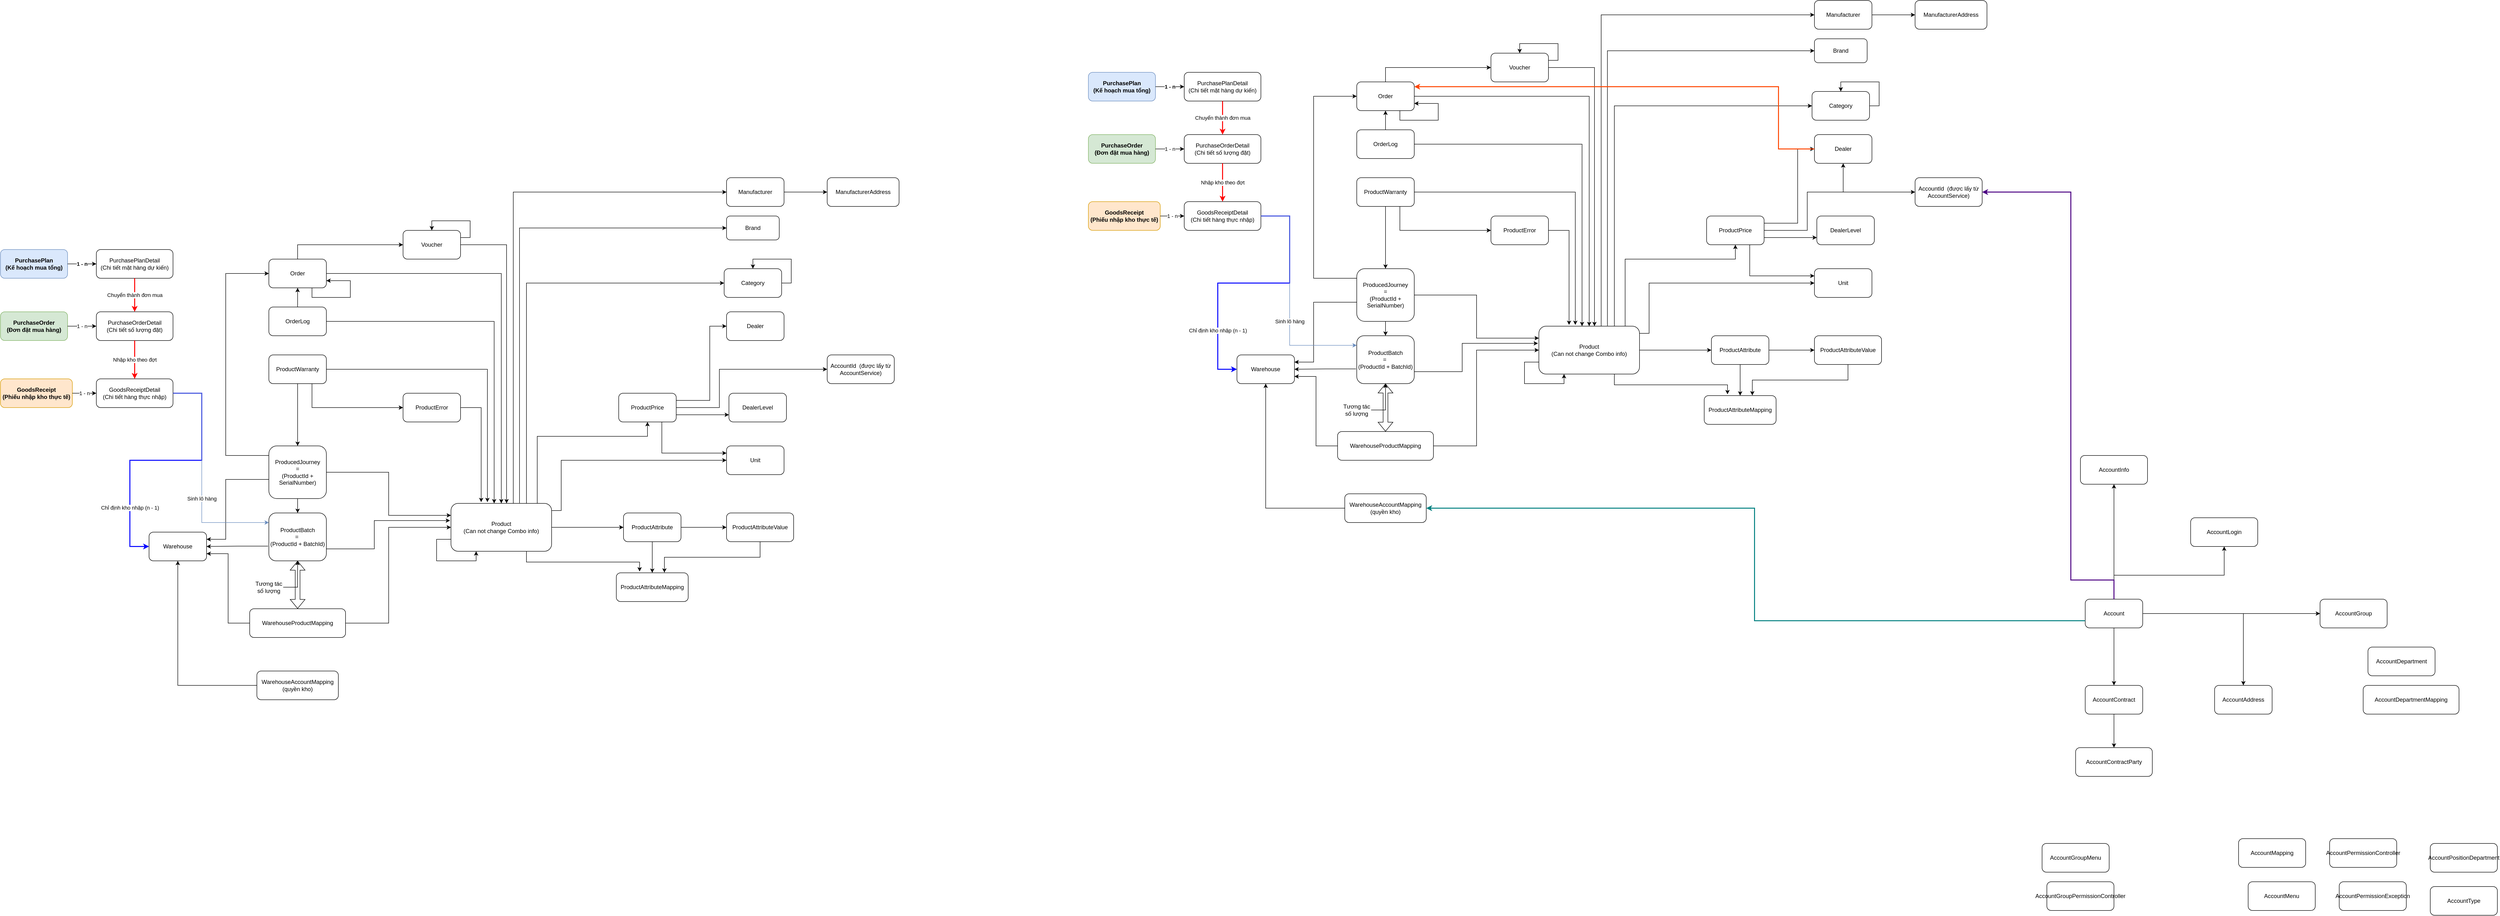
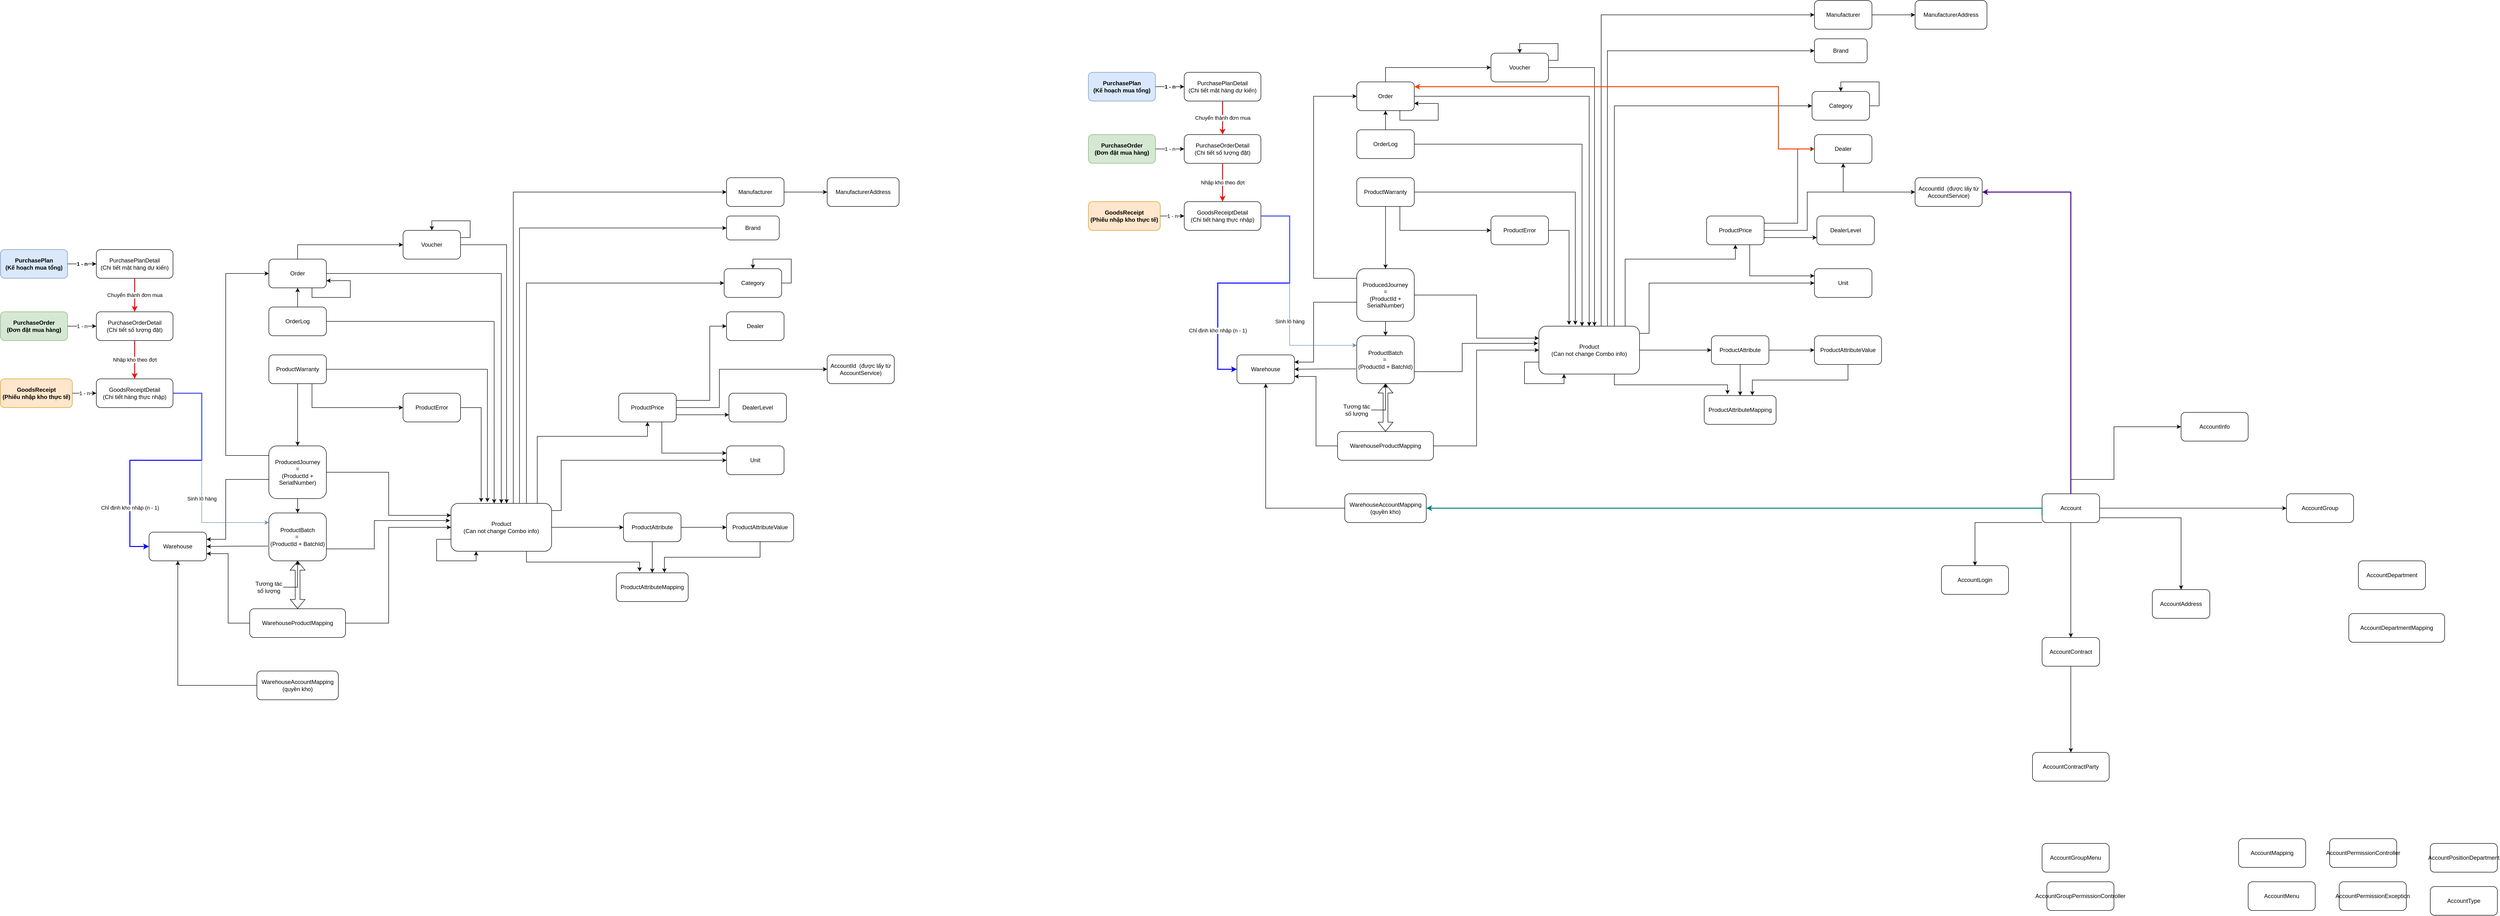
<mxfile host="app.diagrams.net">
  <diagram name="Page-1" id="X3Ej7SneoA_IpZ1JLyMx">
-     <mxGraphModel dx="3280" dy="113013" grid="1" gridSize="10" guides="1" tooltips="1" connect="1" arrows="1" fold="1" page="1" pageScale="1" pageWidth="18500" pageHeight="111000" math="0" shadow="0">
+     <mxGraphModel dx="1514" dy="111929" grid="1" gridSize="10" guides="1" tooltips="1" connect="1" arrows="1" fold="1" page="1" pageScale="1" pageWidth="18500" pageHeight="111000" math="0" shadow="0">
      <root>
        <mxCell id="0" />
        <mxCell id="1" parent="0" />
        <mxCell id="bRXCoPtnCOos5vHUt3nM-4" parent="1" style="rounded=1;whiteSpace=wrap;html=1;" value="Brand" vertex="1">
          <mxGeometry height="50" width="110" x="1625" y="160" as="geometry" />
        </mxCell>
        <mxCell id="bRXCoPtnCOos5vHUt3nM-5" parent="1" style="rounded=1;whiteSpace=wrap;html=1;" value="Category" vertex="1">
          <mxGeometry height="60" width="120" x="1620" y="270" as="geometry" />
        </mxCell>
        <mxCell id="bRXCoPtnCOos5vHUt3nM-6" parent="1" style="rounded=1;whiteSpace=wrap;html=1;" value="Dealer" vertex="1">
          <mxGeometry height="60" width="120" x="1625" y="360" as="geometry" />
        </mxCell>
        <mxCell id="bRXCoPtnCOos5vHUt3nM-7" parent="1" style="rounded=1;whiteSpace=wrap;html=1;" value="AccountId&amp;nbsp; (được lấy từ AccountService)" vertex="1">
          <mxGeometry height="60" width="140" x="1835" y="450" as="geometry" />
        </mxCell>
        <mxCell id="bRXCoPtnCOos5vHUt3nM-8" parent="1" style="rounded=1;whiteSpace=wrap;html=1;" value="DealerLevel" vertex="1">
          <mxGeometry height="60" width="120" x="1630" y="530" as="geometry" />
        </mxCell>
        <mxCell id="n3FyrpiHLGzsT291LhVI-31" edge="1" parent="1" source="bRXCoPtnCOos5vHUt3nM-11" style="edgeStyle=orthogonalEdgeStyle;rounded=0;orthogonalLoop=1;jettySize=auto;html=1;exitX=1;exitY=0.5;exitDx=0;exitDy=0;entryX=0;entryY=0.5;entryDx=0;entryDy=0;" target="bRXCoPtnCOos5vHUt3nM-12">
          <mxGeometry relative="1" as="geometry" />
        </mxCell>
        <mxCell id="bRXCoPtnCOos5vHUt3nM-11" parent="1" style="rounded=1;whiteSpace=wrap;html=1;" value="Manufacturer" vertex="1">
          <mxGeometry height="60" width="120" x="1625" y="80" as="geometry" />
        </mxCell>
        <mxCell id="bRXCoPtnCOos5vHUt3nM-12" parent="1" style="rounded=1;whiteSpace=wrap;html=1;" value="ManufacturerAddress" vertex="1">
          <mxGeometry height="60" width="150" x="1835" y="80" as="geometry" />
        </mxCell>
        <mxCell id="n3FyrpiHLGzsT291LhVI-44" edge="1" parent="1" source="bRXCoPtnCOos5vHUt3nM-13" style="edgeStyle=orthogonalEdgeStyle;rounded=0;orthogonalLoop=1;jettySize=auto;html=1;exitX=0.5;exitY=0;exitDx=0;exitDy=0;entryX=0;entryY=0.5;entryDx=0;entryDy=0;" target="n3FyrpiHLGzsT291LhVI-9">
          <mxGeometry relative="1" as="geometry">
            <Array as="points">
              <mxPoint x="730" y="220" />
            </Array>
          </mxGeometry>
        </mxCell>
        <mxCell id="n3FyrpiHLGzsT291LhVI-49" edge="1" parent="1" source="bRXCoPtnCOos5vHUt3nM-13" style="edgeStyle=orthogonalEdgeStyle;rounded=0;orthogonalLoop=1;jettySize=auto;html=1;exitX=1;exitY=0.5;exitDx=0;exitDy=0;entryX=0.5;entryY=0;entryDx=0;entryDy=0;" target="bRXCoPtnCOos5vHUt3nM-16">
          <mxGeometry relative="1" as="geometry">
            <Array as="points">
              <mxPoint x="1155" y="280" />
            </Array>
          </mxGeometry>
        </mxCell>
        <mxCell id="bRXCoPtnCOos5vHUt3nM-13" parent="1" style="rounded=1;whiteSpace=wrap;html=1;" value="Order" vertex="1">
          <mxGeometry height="60" width="120" x="670" y="250" as="geometry" />
        </mxCell>
        <mxCell id="n3FyrpiHLGzsT291LhVI-45" edge="1" parent="1" source="bRXCoPtnCOos5vHUt3nM-14" style="edgeStyle=orthogonalEdgeStyle;rounded=0;orthogonalLoop=1;jettySize=auto;html=1;exitX=0;exitY=0.5;exitDx=0;exitDy=0;" target="bRXCoPtnCOos5vHUt3nM-13">
          <mxGeometry relative="1" as="geometry" />
        </mxCell>
        <mxCell id="bRXCoPtnCOos5vHUt3nM-14" parent="1" style="rounded=1;whiteSpace=wrap;html=1;direction=south;" value="OrderLog" vertex="1">
          <mxGeometry height="60" width="120" x="670" y="350" as="geometry" />
        </mxCell>
        <mxCell id="n3FyrpiHLGzsT291LhVI-33" edge="1" parent="1" source="bRXCoPtnCOos5vHUt3nM-15" style="edgeStyle=orthogonalEdgeStyle;rounded=0;orthogonalLoop=1;jettySize=auto;html=1;exitX=1;exitY=0.5;exitDx=0;exitDy=0;entryX=0;entryY=0.25;entryDx=0;entryDy=0;" target="bRXCoPtnCOos5vHUt3nM-16">
          <mxGeometry relative="1" as="geometry" />
        </mxCell>
        <mxCell id="n3FyrpiHLGzsT291LhVI-35" edge="1" parent="1" source="bRXCoPtnCOos5vHUt3nM-15" style="edgeStyle=orthogonalEdgeStyle;rounded=0;orthogonalLoop=1;jettySize=auto;html=1;exitX=0.5;exitY=1;exitDx=0;exitDy=0;" target="bRXCoPtnCOos5vHUt3nM-20">
          <mxGeometry relative="1" as="geometry" />
        </mxCell>
        <mxCell id="n3FyrpiHLGzsT291LhVI-36" edge="1" parent="1" source="bRXCoPtnCOos5vHUt3nM-15" style="edgeStyle=orthogonalEdgeStyle;rounded=0;orthogonalLoop=1;jettySize=auto;html=1;exitX=0.006;exitY=0.659;exitDx=0;exitDy=0;entryX=1;entryY=0.25;entryDx=0;entryDy=0;exitPerimeter=0;" target="n3FyrpiHLGzsT291LhVI-10">
          <mxGeometry relative="1" as="geometry">
            <Array as="points">
              <mxPoint x="671" y="710" />
              <mxPoint x="580" y="710" />
              <mxPoint x="580" y="835" />
            </Array>
          </mxGeometry>
        </mxCell>
        <mxCell id="n3FyrpiHLGzsT291LhVI-51" edge="1" parent="1" source="bRXCoPtnCOos5vHUt3nM-15" style="edgeStyle=orthogonalEdgeStyle;rounded=0;orthogonalLoop=1;jettySize=auto;html=1;exitX=0;exitY=0.25;exitDx=0;exitDy=0;entryX=0;entryY=0.5;entryDx=0;entryDy=0;" target="bRXCoPtnCOos5vHUt3nM-13">
          <mxGeometry relative="1" as="geometry">
            <Array as="points">
              <mxPoint x="670" y="660" />
              <mxPoint x="580" y="660" />
              <mxPoint x="580" y="280" />
            </Array>
          </mxGeometry>
        </mxCell>
        <mxCell id="bRXCoPtnCOos5vHUt3nM-15" parent="1" style="rounded=1;whiteSpace=wrap;html=1;" value="ProducedJourney&lt;div&gt;&amp;nbsp;=&amp;nbsp;&lt;/div&gt;&lt;div&gt;(ProductId + SerialNumber)&lt;/div&gt;" vertex="1">
          <mxGeometry height="110" width="120" x="670" y="640" as="geometry" />
        </mxCell>
        <mxCell id="n3FyrpiHLGzsT291LhVI-14" edge="1" parent="1" source="bRXCoPtnCOos5vHUt3nM-16" style="edgeStyle=orthogonalEdgeStyle;rounded=0;orthogonalLoop=1;jettySize=auto;html=1;exitX=1;exitY=0.5;exitDx=0;exitDy=0;entryX=0;entryY=0.5;entryDx=0;entryDy=0;" target="bRXCoPtnCOos5vHUt3nM-17">
          <mxGeometry relative="1" as="geometry" />
        </mxCell>
        <mxCell id="n3FyrpiHLGzsT291LhVI-16" edge="1" parent="1" source="bRXCoPtnCOos5vHUt3nM-16" style="edgeStyle=orthogonalEdgeStyle;rounded=0;orthogonalLoop=1;jettySize=auto;html=1;exitX=0.75;exitY=1;exitDx=0;exitDy=0;entryX=0.324;entryY=-0.046;entryDx=0;entryDy=0;entryPerimeter=0;" target="bRXCoPtnCOos5vHUt3nM-18">
          <mxGeometry relative="1" as="geometry" />
        </mxCell>
        <mxCell id="n3FyrpiHLGzsT291LhVI-19" edge="1" parent="1" source="bRXCoPtnCOos5vHUt3nM-16" style="edgeStyle=orthogonalEdgeStyle;rounded=0;orthogonalLoop=1;jettySize=auto;html=1;exitX=0.75;exitY=0;exitDx=0;exitDy=0;entryX=0.5;entryY=1;entryDx=0;entryDy=0;" target="n3FyrpiHLGzsT291LhVI-1">
          <mxGeometry relative="1" as="geometry">
            <Array as="points">
              <mxPoint x="1230" y="620" />
              <mxPoint x="1460" y="620" />
            </Array>
          </mxGeometry>
        </mxCell>
        <mxCell id="n3FyrpiHLGzsT291LhVI-25" edge="1" parent="1" source="bRXCoPtnCOos5vHUt3nM-16" style="edgeStyle=orthogonalEdgeStyle;rounded=0;orthogonalLoop=1;jettySize=auto;html=1;exitX=0.75;exitY=0;exitDx=0;exitDy=0;entryX=0;entryY=0.5;entryDx=0;entryDy=0;" target="bRXCoPtnCOos5vHUt3nM-5">
          <mxGeometry relative="1" as="geometry" />
        </mxCell>
        <mxCell id="n3FyrpiHLGzsT291LhVI-27" edge="1" parent="1" source="bRXCoPtnCOos5vHUt3nM-16" style="edgeStyle=orthogonalEdgeStyle;rounded=0;orthogonalLoop=1;jettySize=auto;html=1;exitX=0.681;exitY=-0.007;exitDx=0;exitDy=0;entryX=0;entryY=0.5;entryDx=0;entryDy=0;exitPerimeter=0;" target="bRXCoPtnCOos5vHUt3nM-4">
          <mxGeometry relative="1" as="geometry" />
        </mxCell>
        <mxCell id="n3FyrpiHLGzsT291LhVI-28" edge="1" parent="1" source="bRXCoPtnCOos5vHUt3nM-16" style="edgeStyle=orthogonalEdgeStyle;rounded=0;orthogonalLoop=1;jettySize=auto;html=1;exitX=1;exitY=0.25;exitDx=0;exitDy=0;entryX=0;entryY=0.5;entryDx=0;entryDy=0;" target="n3FyrpiHLGzsT291LhVI-8">
          <mxGeometry relative="1" as="geometry">
            <Array as="points">
              <mxPoint x="1280" y="775" />
              <mxPoint x="1280" y="670" />
            </Array>
          </mxGeometry>
        </mxCell>
        <mxCell id="n3FyrpiHLGzsT291LhVI-47" edge="1" parent="1" source="bRXCoPtnCOos5vHUt3nM-16" style="edgeStyle=orthogonalEdgeStyle;rounded=0;orthogonalLoop=1;jettySize=auto;html=1;exitX=0.636;exitY=0.013;exitDx=0;exitDy=0;entryX=0;entryY=0.5;entryDx=0;entryDy=0;exitPerimeter=0;" target="bRXCoPtnCOos5vHUt3nM-11">
          <mxGeometry relative="1" as="geometry">
            <Array as="points">
              <mxPoint x="1180" y="761" />
              <mxPoint x="1180" y="110" />
            </Array>
          </mxGeometry>
        </mxCell>
        <mxCell id="bRXCoPtnCOos5vHUt3nM-16" parent="1" style="rounded=1;whiteSpace=wrap;html=1;" value="Product&lt;div&gt;(Can not change Combo info)&lt;/div&gt;" vertex="1">
          <mxGeometry height="100" width="210" x="1050" y="760" as="geometry" />
        </mxCell>
        <mxCell id="n3FyrpiHLGzsT291LhVI-15" edge="1" parent="1" source="bRXCoPtnCOos5vHUt3nM-17" style="edgeStyle=orthogonalEdgeStyle;rounded=0;orthogonalLoop=1;jettySize=auto;html=1;exitX=1;exitY=0.5;exitDx=0;exitDy=0;entryX=0;entryY=0.5;entryDx=0;entryDy=0;" target="bRXCoPtnCOos5vHUt3nM-19">
          <mxGeometry relative="1" as="geometry" />
        </mxCell>
        <mxCell id="n3FyrpiHLGzsT291LhVI-17" edge="1" parent="1" source="bRXCoPtnCOos5vHUt3nM-17" style="edgeStyle=orthogonalEdgeStyle;rounded=0;orthogonalLoop=1;jettySize=auto;html=1;exitX=0.5;exitY=1;exitDx=0;exitDy=0;entryX=0.5;entryY=0;entryDx=0;entryDy=0;" target="bRXCoPtnCOos5vHUt3nM-18">
          <mxGeometry relative="1" as="geometry" />
        </mxCell>
        <mxCell id="bRXCoPtnCOos5vHUt3nM-17" parent="1" style="rounded=1;whiteSpace=wrap;html=1;" value="ProductAttribute" vertex="1">
          <mxGeometry height="60" width="120" x="1410" y="780" as="geometry" />
        </mxCell>
        <mxCell id="bRXCoPtnCOos5vHUt3nM-18" parent="1" style="rounded=1;whiteSpace=wrap;html=1;" value="ProductAttributeMapping" vertex="1">
          <mxGeometry height="60" width="150" x="1395" y="905" as="geometry" />
        </mxCell>
        <mxCell id="bRXCoPtnCOos5vHUt3nM-19" parent="1" style="rounded=1;whiteSpace=wrap;html=1;" value="ProductAttributeValue" vertex="1">
          <mxGeometry height="60" width="140" x="1625" y="780" as="geometry" />
        </mxCell>
        <mxCell id="n3FyrpiHLGzsT291LhVI-37" edge="1" parent="1" source="bRXCoPtnCOos5vHUt3nM-20" style="edgeStyle=orthogonalEdgeStyle;rounded=0;orthogonalLoop=1;jettySize=auto;html=1;exitX=-0.014;exitY=0.692;exitDx=0;exitDy=0;entryX=1;entryY=0.5;entryDx=0;entryDy=0;exitPerimeter=0;" target="n3FyrpiHLGzsT291LhVI-10">
          <mxGeometry relative="1" as="geometry" />
        </mxCell>
        <mxCell id="bRXCoPtnCOos5vHUt3nM-20" parent="1" style="rounded=1;whiteSpace=wrap;html=1;" value="ProductBatch&lt;div&gt;=&amp;nbsp;&lt;/div&gt;&lt;div&gt;(ProductId + BatchId)&lt;/div&gt;" vertex="1">
          <mxGeometry height="100" width="120" x="670" y="780" as="geometry" />
        </mxCell>
        <mxCell id="bRXCoPtnCOos5vHUt3nM-21" parent="1" style="rounded=1;whiteSpace=wrap;html=1;" value="ProductError" vertex="1">
          <mxGeometry height="60" width="120" x="950" y="530" as="geometry" />
        </mxCell>
        <mxCell id="n3FyrpiHLGzsT291LhVI-21" edge="1" parent="1" source="n3FyrpiHLGzsT291LhVI-1" style="edgeStyle=orthogonalEdgeStyle;rounded=0;orthogonalLoop=1;jettySize=auto;html=1;exitX=1;exitY=0.75;exitDx=0;exitDy=0;entryX=0;entryY=0.75;entryDx=0;entryDy=0;" target="bRXCoPtnCOos5vHUt3nM-8">
          <mxGeometry relative="1" as="geometry" />
        </mxCell>
        <mxCell id="n3FyrpiHLGzsT291LhVI-22" edge="1" parent="1" source="n3FyrpiHLGzsT291LhVI-1" style="edgeStyle=orthogonalEdgeStyle;rounded=0;orthogonalLoop=1;jettySize=auto;html=1;exitX=1;exitY=0.5;exitDx=0;exitDy=0;entryX=0;entryY=0.5;entryDx=0;entryDy=0;" target="bRXCoPtnCOos5vHUt3nM-7">
          <mxGeometry relative="1" as="geometry">
            <Array as="points">
              <mxPoint x="1610" y="560" />
              <mxPoint x="1610" y="480" />
            </Array>
          </mxGeometry>
        </mxCell>
        <mxCell id="n3FyrpiHLGzsT291LhVI-23" edge="1" parent="1" source="n3FyrpiHLGzsT291LhVI-1" style="edgeStyle=orthogonalEdgeStyle;rounded=0;orthogonalLoop=1;jettySize=auto;html=1;exitX=1;exitY=0.25;exitDx=0;exitDy=0;entryX=0;entryY=0.5;entryDx=0;entryDy=0;" target="bRXCoPtnCOos5vHUt3nM-6">
          <mxGeometry relative="1" as="geometry">
            <Array as="points">
              <mxPoint x="1590" y="545" />
              <mxPoint x="1590" y="390" />
            </Array>
          </mxGeometry>
        </mxCell>
        <mxCell id="n3FyrpiHLGzsT291LhVI-56" edge="1" parent="1" source="n3FyrpiHLGzsT291LhVI-1" style="edgeStyle=orthogonalEdgeStyle;rounded=0;orthogonalLoop=1;jettySize=auto;html=1;exitX=0.75;exitY=1;exitDx=0;exitDy=0;entryX=0;entryY=0.25;entryDx=0;entryDy=0;" target="n3FyrpiHLGzsT291LhVI-8">
          <mxGeometry relative="1" as="geometry" />
        </mxCell>
        <mxCell id="n3FyrpiHLGzsT291LhVI-1" parent="1" style="rounded=1;whiteSpace=wrap;html=1;" value="ProductPrice" vertex="1">
          <mxGeometry height="60" width="120" x="1400" y="530" as="geometry" />
        </mxCell>
        <mxCell id="n3FyrpiHLGzsT291LhVI-52" edge="1" parent="1" source="n3FyrpiHLGzsT291LhVI-2" style="edgeStyle=orthogonalEdgeStyle;rounded=0;orthogonalLoop=1;jettySize=auto;html=1;exitX=0.5;exitY=1;exitDx=0;exitDy=0;entryX=0.5;entryY=0;entryDx=0;entryDy=0;" target="bRXCoPtnCOos5vHUt3nM-15">
          <mxGeometry relative="1" as="geometry" />
        </mxCell>
        <mxCell id="n3FyrpiHLGzsT291LhVI-58" edge="1" parent="1" source="n3FyrpiHLGzsT291LhVI-2" style="edgeStyle=orthogonalEdgeStyle;rounded=0;orthogonalLoop=1;jettySize=auto;html=1;exitX=0.75;exitY=1;exitDx=0;exitDy=0;entryX=0;entryY=0.5;entryDx=0;entryDy=0;" target="bRXCoPtnCOos5vHUt3nM-21">
          <mxGeometry relative="1" as="geometry" />
        </mxCell>
        <mxCell id="n3FyrpiHLGzsT291LhVI-2" parent="1" style="rounded=1;whiteSpace=wrap;html=1;" value="ProductWarranty" vertex="1">
          <mxGeometry height="60" width="120" x="670" y="450" as="geometry" />
        </mxCell>
        <mxCell id="n3FyrpiHLGzsT291LhVI-8" parent="1" style="rounded=1;whiteSpace=wrap;html=1;" value="Unit" vertex="1">
          <mxGeometry height="60" width="120" x="1625" y="640" as="geometry" />
        </mxCell>
        <mxCell id="n3FyrpiHLGzsT291LhVI-43" edge="1" parent="1" source="n3FyrpiHLGzsT291LhVI-9" style="edgeStyle=orthogonalEdgeStyle;rounded=0;orthogonalLoop=1;jettySize=auto;html=1;exitX=1;exitY=0.5;exitDx=0;exitDy=0;">
          <mxGeometry relative="1" as="geometry">
            <Array as="points">
              <mxPoint x="1166" y="220" />
            </Array>
            <mxPoint x="1166" y="760" as="targetPoint" />
          </mxGeometry>
        </mxCell>
        <mxCell id="AxulSBX_V0fGFe2LzLWX-1" edge="1" parent="1" source="n3FyrpiHLGzsT291LhVI-9" style="edgeStyle=orthogonalEdgeStyle;rounded=0;orthogonalLoop=1;jettySize=auto;html=1;exitX=1;exitY=0.25;exitDx=0;exitDy=0;innerLoopWaypoints=1;entryX=0.5;entryY=0;entryDx=0;entryDy=0;" target="n3FyrpiHLGzsT291LhVI-9">
          <mxGeometry relative="1" as="geometry">
            <Array as="points">
              <mxPoint x="1090" y="205" />
              <mxPoint x="1090" y="170" />
              <mxPoint x="1010" y="170" />
            </Array>
            <mxPoint x="1030" y="180" as="targetPoint" />
          </mxGeometry>
        </mxCell>
        <mxCell id="n3FyrpiHLGzsT291LhVI-9" parent="1" style="rounded=1;whiteSpace=wrap;html=1;" value="Voucher" vertex="1">
          <mxGeometry height="60" width="120" x="950" y="190" as="geometry" />
        </mxCell>
        <mxCell id="n3FyrpiHLGzsT291LhVI-10" parent="1" style="rounded=1;whiteSpace=wrap;html=1;" value="Warehouse" vertex="1">
          <mxGeometry height="60" width="120" x="420" y="820" as="geometry" />
        </mxCell>
        <mxCell id="n3FyrpiHLGzsT291LhVI-53" edge="1" parent="1" source="n3FyrpiHLGzsT291LhVI-11" style="edgeStyle=orthogonalEdgeStyle;rounded=0;orthogonalLoop=1;jettySize=auto;html=1;exitX=0;exitY=0.5;exitDx=0;exitDy=0;entryX=0.5;entryY=1;entryDx=0;entryDy=0;" target="n3FyrpiHLGzsT291LhVI-10">
          <mxGeometry relative="1" as="geometry" />
        </mxCell>
        <mxCell id="n3FyrpiHLGzsT291LhVI-11" parent="1" style="rounded=1;whiteSpace=wrap;html=1;" value="WarehouseAccountMapping&lt;div&gt;(quyền kho)&lt;/div&gt;" vertex="1">
          <mxGeometry height="60" width="170" x="645" y="1110" as="geometry" />
        </mxCell>
        <mxCell id="n3FyrpiHLGzsT291LhVI-41" edge="1" parent="1" source="n3FyrpiHLGzsT291LhVI-12" style="edgeStyle=orthogonalEdgeStyle;rounded=0;orthogonalLoop=1;jettySize=auto;html=1;exitX=0;exitY=0.5;exitDx=0;exitDy=0;entryX=1;entryY=0.75;entryDx=0;entryDy=0;" target="n3FyrpiHLGzsT291LhVI-10">
          <mxGeometry relative="1" as="geometry" />
        </mxCell>
        <mxCell id="AxulSBX_V0fGFe2LzLWX-5" edge="1" parent="1" source="n3FyrpiHLGzsT291LhVI-12" style="edgeStyle=orthogonalEdgeStyle;rounded=0;orthogonalLoop=1;jettySize=auto;html=1;exitX=1;exitY=0.5;exitDx=0;exitDy=0;entryX=0;entryY=0.5;entryDx=0;entryDy=0;" target="bRXCoPtnCOos5vHUt3nM-16">
          <mxGeometry relative="1" as="geometry">
            <Array as="points">
              <mxPoint x="920" y="1010" />
              <mxPoint x="920" y="810" />
            </Array>
          </mxGeometry>
        </mxCell>
        <mxCell id="n3FyrpiHLGzsT291LhVI-12" parent="1" style="rounded=1;whiteSpace=wrap;html=1;" value="WarehouseProductMapping" vertex="1">
          <mxGeometry height="60" width="200" x="630" y="980" as="geometry" />
        </mxCell>
        <mxCell id="n3FyrpiHLGzsT291LhVI-18" edge="1" parent="1" source="bRXCoPtnCOos5vHUt3nM-19" style="edgeStyle=orthogonalEdgeStyle;rounded=0;orthogonalLoop=1;jettySize=auto;html=1;exitX=0.5;exitY=1;exitDx=0;exitDy=0;entryX=0.669;entryY=-0.007;entryDx=0;entryDy=0;entryPerimeter=0;" target="bRXCoPtnCOos5vHUt3nM-18">
          <mxGeometry relative="1" as="geometry" />
        </mxCell>
        <mxCell id="n3FyrpiHLGzsT291LhVI-24" edge="1" parent="1" source="bRXCoPtnCOos5vHUt3nM-5" style="edgeStyle=orthogonalEdgeStyle;rounded=0;orthogonalLoop=1;jettySize=auto;html=1;exitX=1;exitY=0.5;exitDx=0;exitDy=0;entryX=0.5;entryY=0;entryDx=0;entryDy=0;innerLoopWaypoints=1;" target="bRXCoPtnCOos5vHUt3nM-5">
          <mxGeometry relative="1" as="geometry">
            <Array as="points">
              <mxPoint x="1760" y="300" />
              <mxPoint x="1760" y="250" />
              <mxPoint x="1680" y="250" />
            </Array>
          </mxGeometry>
        </mxCell>
        <mxCell id="n3FyrpiHLGzsT291LhVI-38" edge="1" parent="1" source="n3FyrpiHLGzsT291LhVI-12" style="shape=flexArrow;endArrow=classic;startArrow=classic;html=1;rounded=0;entryX=0.5;entryY=1;entryDx=0;entryDy=0;exitX=0.5;exitY=0;exitDx=0;exitDy=0;" target="bRXCoPtnCOos5vHUt3nM-20" value="">
          <mxGeometry height="100" relative="1" width="100" as="geometry">
            <mxPoint x="650" y="980" as="sourcePoint" />
            <mxPoint x="750" y="880" as="targetPoint" />
          </mxGeometry>
        </mxCell>
        <mxCell id="n3FyrpiHLGzsT291LhVI-40" edge="1" parent="1" source="n3FyrpiHLGzsT291LhVI-39" style="edgeStyle=orthogonalEdgeStyle;rounded=0;orthogonalLoop=1;jettySize=auto;html=1;exitX=1;exitY=0.5;exitDx=0;exitDy=0;entryX=0.5;entryY=1;entryDx=0;entryDy=0;" target="bRXCoPtnCOos5vHUt3nM-20">
          <mxGeometry relative="1" as="geometry" />
        </mxCell>
        <mxCell id="n3FyrpiHLGzsT291LhVI-39" parent="1" style="text;html=1;whiteSpace=wrap;strokeColor=none;fillColor=none;align=center;verticalAlign=middle;rounded=0;" value="Tương tác số lượng" vertex="1">
          <mxGeometry height="30" width="60" x="640" y="920" as="geometry" />
        </mxCell>
        <mxCell id="n3FyrpiHLGzsT291LhVI-46" edge="1" parent="1" source="n3FyrpiHLGzsT291LhVI-2" style="edgeStyle=orthogonalEdgeStyle;rounded=0;orthogonalLoop=1;jettySize=auto;html=1;exitX=1;exitY=0.5;exitDx=0;exitDy=0;entryX=0.362;entryY=-0.026;entryDx=0;entryDy=0;entryPerimeter=0;" target="bRXCoPtnCOos5vHUt3nM-16">
          <mxGeometry relative="1" as="geometry" />
        </mxCell>
        <mxCell id="n3FyrpiHLGzsT291LhVI-50" edge="1" parent="1" source="bRXCoPtnCOos5vHUt3nM-14" style="edgeStyle=orthogonalEdgeStyle;rounded=0;orthogonalLoop=1;jettySize=auto;html=1;exitX=0.5;exitY=0;exitDx=0;exitDy=0;entryX=0.429;entryY=0;entryDx=0;entryDy=0;entryPerimeter=0;" target="bRXCoPtnCOos5vHUt3nM-16">
          <mxGeometry relative="1" as="geometry" />
        </mxCell>
        <mxCell id="n3FyrpiHLGzsT291LhVI-57" edge="1" parent="1" source="bRXCoPtnCOos5vHUt3nM-21" style="edgeStyle=orthogonalEdgeStyle;rounded=0;orthogonalLoop=1;jettySize=auto;html=1;exitX=1;exitY=0.5;exitDx=0;exitDy=0;entryX=0.3;entryY=-0.026;entryDx=0;entryDy=0;entryPerimeter=0;" target="bRXCoPtnCOos5vHUt3nM-16">
          <mxGeometry relative="1" as="geometry" />
        </mxCell>
        <mxCell id="PWnPaHJ6BF9YL0BDL13Q-1" parent="1" style="rounded=1;whiteSpace=wrap;html=1;fillColor=#dae8fc;strokeColor=#6c8ebf;fontStyle=1;" value="PurchasePlan&#xa;(Kế hoạch mua tổng)" vertex="1">
          <mxGeometry height="60" width="140" x="110" y="230" as="geometry" />
        </mxCell>
        <mxCell id="PWnPaHJ6BF9YL0BDL13Q-2" parent="1" style="rounded=1;whiteSpace=wrap;html=1;" value="PurchasePlanDetail&#xa;(Chi tiết mặt hàng dự kiến)" vertex="1">
          <mxGeometry height="60" width="160" x="310" y="230" as="geometry" />
        </mxCell>
        <mxCell id="PWnPaHJ6BF9YL0BDL13Q-3" edge="1" parent="1" source="PWnPaHJ6BF9YL0BDL13Q-1" style="edgeStyle=orthogonalEdgeStyle;rounded=0;html=1;fontStyle=1;" target="PWnPaHJ6BF9YL0BDL13Q-2" value="1 - n">
          <mxGeometry relative="1" as="geometry" />
        </mxCell>
        <mxCell id="PWnPaHJ6BF9YL0BDL13Q-4" parent="1" style="rounded=1;whiteSpace=wrap;html=1;fillColor=#d5e8d4;strokeColor=#82b366;fontStyle=1;" value="PurchaseOrder&#xa;(Đơn đặt mua hàng)" vertex="1">
          <mxGeometry height="60" width="140" x="110" y="360" as="geometry" />
        </mxCell>
        <mxCell id="PWnPaHJ6BF9YL0BDL13Q-5" parent="1" style="rounded=1;whiteSpace=wrap;html=1;" value="PurchaseOrderDetail&#xa;(Chi tiết số lượng đặt)" vertex="1">
          <mxGeometry height="60" width="160" x="310" y="360" as="geometry" />
        </mxCell>
        <mxCell id="PWnPaHJ6BF9YL0BDL13Q-6" edge="1" parent="1" source="PWnPaHJ6BF9YL0BDL13Q-4" style="edgeStyle=orthogonalEdgeStyle;rounded=0;html=1;" target="PWnPaHJ6BF9YL0BDL13Q-5" value="1 - n">
          <mxGeometry relative="1" as="geometry" />
        </mxCell>
        <mxCell id="PWnPaHJ6BF9YL0BDL13Q-7" edge="1" parent="1" source="PWnPaHJ6BF9YL0BDL13Q-2" style="edgeStyle=orthogonalEdgeStyle;rounded=0;html=1;strokeWidth=2;strokeColor=#ff0000;" target="PWnPaHJ6BF9YL0BDL13Q-5" value="Chuyển thành đơn mua">
          <mxGeometry relative="1" as="geometry">
            <mxPoint x="390" y="320" as="targetPoint" />
          </mxGeometry>
        </mxCell>
        <mxCell id="PWnPaHJ6BF9YL0BDL13Q-8" parent="1" style="rounded=1;whiteSpace=wrap;html=1;fillColor=#ffe6cc;strokeColor=#d79b00;fontStyle=1;" value="GoodsReceipt&#xa;(Phiếu nhập kho thực tế)" vertex="1">
          <mxGeometry height="60" width="150" x="110" y="500" as="geometry" />
        </mxCell>
        <mxCell id="PWnPaHJ6BF9YL0BDL13Q-9" parent="1" style="rounded=1;whiteSpace=wrap;html=1;" value="GoodsReceiptDetail&#xa;(Chi tiết hàng thực nhập)" vertex="1">
          <mxGeometry height="60" width="160" x="310" y="500" as="geometry" />
        </mxCell>
        <mxCell id="PWnPaHJ6BF9YL0BDL13Q-10" edge="1" parent="1" source="PWnPaHJ6BF9YL0BDL13Q-8" style="edgeStyle=orthogonalEdgeStyle;rounded=0;html=1;" target="PWnPaHJ6BF9YL0BDL13Q-9" value="1 - n">
          <mxGeometry relative="1" as="geometry" />
        </mxCell>
        <mxCell id="PWnPaHJ6BF9YL0BDL13Q-11" edge="1" parent="1" source="PWnPaHJ6BF9YL0BDL13Q-5" style="edgeStyle=orthogonalEdgeStyle;rounded=0;html=1;strokeWidth=2;strokeColor=#ff0000;" target="PWnPaHJ6BF9YL0BDL13Q-9" value="Nhập kho theo đợt">
          <mxGeometry relative="1" as="geometry" />
        </mxCell>
        <mxCell id="PWnPaHJ6BF9YL0BDL13Q-13" edge="1" parent="1" source="PWnPaHJ6BF9YL0BDL13Q-9" style="edgeStyle=orthogonalEdgeStyle;rounded=0;html=1;strokeWidth=2;strokeColor=#0000ff;entryX=0;entryY=0.5;entryDx=0;entryDy=0;exitX=1;exitY=0.5;exitDx=0;exitDy=0;" target="n3FyrpiHLGzsT291LhVI-10" value="Chỉ định kho nhập (n - 1)">
          <mxGeometry relative="1" x="0.5745" as="geometry">
            <mxPoint as="offset" />
            <Array as="points">
              <mxPoint x="530" y="530" />
              <mxPoint x="530" y="670" />
              <mxPoint x="380" y="670" />
              <mxPoint x="380" y="850" />
            </Array>
          </mxGeometry>
        </mxCell>
        <mxCell id="PWnPaHJ6BF9YL0BDL13Q-15" edge="1" parent="1" source="PWnPaHJ6BF9YL0BDL13Q-9" style="edgeStyle=orthogonalEdgeStyle;rounded=0;html=1;strokeWidth=1;strokeColor=#6c8ebf;fillColor=#dae8fc;" value="Sinh lô hàng">
          <mxGeometry relative="1" x="0.1915" as="geometry">
            <mxPoint as="offset" />
            <Array as="points">
              <mxPoint x="530" y="530" />
              <mxPoint x="530" y="800" />
            </Array>
            <mxPoint x="670" y="800" as="targetPoint" />
          </mxGeometry>
        </mxCell>
        <mxCell id="AxulSBX_V0fGFe2LzLWX-2" edge="1" parent="1" source="bRXCoPtnCOos5vHUt3nM-13" style="edgeStyle=orthogonalEdgeStyle;rounded=0;orthogonalLoop=1;jettySize=auto;html=1;innerLoopWaypoints=1;exitX=0.75;exitY=1;exitDx=0;exitDy=0;entryX=1;entryY=0.75;entryDx=0;entryDy=0;" target="bRXCoPtnCOos5vHUt3nM-13">
          <mxGeometry relative="1" as="geometry">
            <Array as="points">
              <mxPoint x="760" y="330" />
              <mxPoint x="840" y="330" />
              <mxPoint x="840" y="295" />
            </Array>
          </mxGeometry>
        </mxCell>
        <mxCell id="AxulSBX_V0fGFe2LzLWX-4" edge="1" parent="1" source="bRXCoPtnCOos5vHUt3nM-20" style="edgeStyle=orthogonalEdgeStyle;rounded=0;orthogonalLoop=1;jettySize=auto;html=1;exitX=1;exitY=0.75;exitDx=0;exitDy=0;entryX=-0.009;entryY=0.359;entryDx=0;entryDy=0;entryPerimeter=0;" target="bRXCoPtnCOos5vHUt3nM-16">
          <mxGeometry relative="1" as="geometry">
            <Array as="points">
              <mxPoint x="890" y="855" />
              <mxPoint x="890" y="796" />
            </Array>
          </mxGeometry>
        </mxCell>
        <mxCell id="AxulSBX_V0fGFe2LzLWX-6" edge="1" parent="1" source="bRXCoPtnCOos5vHUt3nM-16" style="edgeStyle=orthogonalEdgeStyle;rounded=0;orthogonalLoop=1;jettySize=auto;html=1;innerLoopWaypoints=1;exitX=0;exitY=0.75;exitDx=0;exitDy=0;entryX=0.25;entryY=1;entryDx=0;entryDy=0;" target="bRXCoPtnCOos5vHUt3nM-16">
          <mxGeometry relative="1" as="geometry">
            <Array as="points">
              <mxPoint x="1020" y="835" />
              <mxPoint x="1020" y="880" />
              <mxPoint x="1103" y="880" />
            </Array>
          </mxGeometry>
        </mxCell>
        <mxCell id="hMbl2U-K0152mwasdNm7-22" parent="1" style="rounded=1;whiteSpace=wrap;html=1;" value="Brand" vertex="1">
          <mxGeometry height="50" width="110" x="3895" y="-210" as="geometry" />
        </mxCell>
        <mxCell id="hMbl2U-K0152mwasdNm7-23" parent="1" style="rounded=1;whiteSpace=wrap;html=1;" value="Category" vertex="1">
          <mxGeometry height="60" width="120" x="3890" y="-100" as="geometry" />
        </mxCell>
        <mxCell id="hMbl2U-K0152mwasdNm7-24" parent="1" style="rounded=1;whiteSpace=wrap;html=1;" value="Dealer" vertex="1">
          <mxGeometry height="60" width="120" x="3895" y="-10" as="geometry" />
        </mxCell>
        <mxCell id="hMbl2U-K0152mwasdNm7-25" parent="1" style="rounded=1;whiteSpace=wrap;html=1;" value="AccountId&amp;nbsp; (được lấy từ AccountService)" vertex="1">
          <mxGeometry height="60" width="140" x="4105" y="80" as="geometry" />
        </mxCell>
        <mxCell id="hMbl2U-K0152mwasdNm7-26" parent="1" style="rounded=1;whiteSpace=wrap;html=1;" value="DealerLevel" vertex="1">
          <mxGeometry height="60" width="120" x="3900" y="160" as="geometry" />
        </mxCell>
        <mxCell id="hMbl2U-K0152mwasdNm7-27" edge="1" parent="1" source="hMbl2U-K0152mwasdNm7-28" style="edgeStyle=orthogonalEdgeStyle;rounded=0;orthogonalLoop=1;jettySize=auto;html=1;exitX=1;exitY=0.5;exitDx=0;exitDy=0;entryX=0;entryY=0.5;entryDx=0;entryDy=0;" target="hMbl2U-K0152mwasdNm7-29">
          <mxGeometry relative="1" as="geometry" />
        </mxCell>
        <mxCell id="hMbl2U-K0152mwasdNm7-28" parent="1" style="rounded=1;whiteSpace=wrap;html=1;" value="Manufacturer" vertex="1">
          <mxGeometry height="60" width="120" x="3895" y="-290" as="geometry" />
        </mxCell>
        <mxCell id="hMbl2U-K0152mwasdNm7-29" parent="1" style="rounded=1;whiteSpace=wrap;html=1;" value="ManufacturerAddress" vertex="1">
          <mxGeometry height="60" width="150" x="4105" y="-290" as="geometry" />
        </mxCell>
        <mxCell id="hMbl2U-K0152mwasdNm7-30" edge="1" parent="1" source="hMbl2U-K0152mwasdNm7-32" style="edgeStyle=orthogonalEdgeStyle;rounded=0;orthogonalLoop=1;jettySize=auto;html=1;exitX=0.5;exitY=0;exitDx=0;exitDy=0;entryX=0;entryY=0.5;entryDx=0;entryDy=0;" target="hMbl2U-K0152mwasdNm7-67">
          <mxGeometry relative="1" as="geometry">
            <Array as="points">
              <mxPoint x="3000" y="-150" />
            </Array>
          </mxGeometry>
        </mxCell>
        <mxCell id="hMbl2U-K0152mwasdNm7-31" edge="1" parent="1" source="hMbl2U-K0152mwasdNm7-32" style="edgeStyle=orthogonalEdgeStyle;rounded=0;orthogonalLoop=1;jettySize=auto;html=1;exitX=1;exitY=0.5;exitDx=0;exitDy=0;entryX=0.5;entryY=0;entryDx=0;entryDy=0;" target="hMbl2U-K0152mwasdNm7-47">
          <mxGeometry relative="1" as="geometry">
            <Array as="points">
              <mxPoint x="3425" y="-90" />
            </Array>
          </mxGeometry>
        </mxCell>
        <mxCell id="hMbl2U-K0152mwasdNm7-32" parent="1" style="rounded=1;whiteSpace=wrap;html=1;" value="Order" vertex="1">
          <mxGeometry height="60" width="120" x="2940" y="-120" as="geometry" />
        </mxCell>
        <mxCell id="hMbl2U-K0152mwasdNm7-33" edge="1" parent="1" source="hMbl2U-K0152mwasdNm7-34" style="edgeStyle=orthogonalEdgeStyle;rounded=0;orthogonalLoop=1;jettySize=auto;html=1;exitX=0;exitY=0.5;exitDx=0;exitDy=0;" target="hMbl2U-K0152mwasdNm7-32">
          <mxGeometry relative="1" as="geometry" />
        </mxCell>
        <mxCell id="hMbl2U-K0152mwasdNm7-34" parent="1" style="rounded=1;whiteSpace=wrap;html=1;direction=south;" value="OrderLog" vertex="1">
          <mxGeometry height="60" width="120" x="2940" y="-20" as="geometry" />
        </mxCell>
        <mxCell id="hMbl2U-K0152mwasdNm7-35" edge="1" parent="1" source="hMbl2U-K0152mwasdNm7-39" style="edgeStyle=orthogonalEdgeStyle;rounded=0;orthogonalLoop=1;jettySize=auto;html=1;exitX=1;exitY=0.5;exitDx=0;exitDy=0;entryX=0;entryY=0.25;entryDx=0;entryDy=0;" target="hMbl2U-K0152mwasdNm7-47">
          <mxGeometry relative="1" as="geometry" />
        </mxCell>
        <mxCell id="hMbl2U-K0152mwasdNm7-36" edge="1" parent="1" source="hMbl2U-K0152mwasdNm7-39" style="edgeStyle=orthogonalEdgeStyle;rounded=0;orthogonalLoop=1;jettySize=auto;html=1;exitX=0.5;exitY=1;exitDx=0;exitDy=0;" target="hMbl2U-K0152mwasdNm7-54">
          <mxGeometry relative="1" as="geometry" />
        </mxCell>
        <mxCell id="hMbl2U-K0152mwasdNm7-37" edge="1" parent="1" source="hMbl2U-K0152mwasdNm7-39" style="edgeStyle=orthogonalEdgeStyle;rounded=0;orthogonalLoop=1;jettySize=auto;html=1;exitX=0.006;exitY=0.659;exitDx=0;exitDy=0;entryX=1;entryY=0.25;entryDx=0;entryDy=0;exitPerimeter=0;" target="hMbl2U-K0152mwasdNm7-68">
          <mxGeometry relative="1" as="geometry">
            <Array as="points">
              <mxPoint x="2941" y="340" />
              <mxPoint x="2850" y="340" />
              <mxPoint x="2850" y="465" />
            </Array>
          </mxGeometry>
        </mxCell>
        <mxCell id="hMbl2U-K0152mwasdNm7-38" edge="1" parent="1" source="hMbl2U-K0152mwasdNm7-39" style="edgeStyle=orthogonalEdgeStyle;rounded=0;orthogonalLoop=1;jettySize=auto;html=1;exitX=0;exitY=0.25;exitDx=0;exitDy=0;entryX=0;entryY=0.5;entryDx=0;entryDy=0;" target="hMbl2U-K0152mwasdNm7-32">
          <mxGeometry relative="1" as="geometry">
            <Array as="points">
              <mxPoint x="2940" y="290" />
              <mxPoint x="2850" y="290" />
              <mxPoint x="2850" y="-90" />
            </Array>
          </mxGeometry>
        </mxCell>
        <mxCell id="hMbl2U-K0152mwasdNm7-39" parent="1" style="rounded=1;whiteSpace=wrap;html=1;" value="ProducedJourney&lt;div&gt;&amp;nbsp;=&amp;nbsp;&lt;/div&gt;&lt;div&gt;(ProductId + SerialNumber)&lt;/div&gt;" vertex="1">
          <mxGeometry height="110" width="120" x="2940" y="270" as="geometry" />
        </mxCell>
        <mxCell id="hMbl2U-K0152mwasdNm7-40" edge="1" parent="1" source="hMbl2U-K0152mwasdNm7-47" style="edgeStyle=orthogonalEdgeStyle;rounded=0;orthogonalLoop=1;jettySize=auto;html=1;exitX=1;exitY=0.5;exitDx=0;exitDy=0;entryX=0;entryY=0.5;entryDx=0;entryDy=0;" target="hMbl2U-K0152mwasdNm7-50">
          <mxGeometry relative="1" as="geometry" />
        </mxCell>
        <mxCell id="hMbl2U-K0152mwasdNm7-41" edge="1" parent="1" source="hMbl2U-K0152mwasdNm7-47" style="edgeStyle=orthogonalEdgeStyle;rounded=0;orthogonalLoop=1;jettySize=auto;html=1;exitX=0.75;exitY=1;exitDx=0;exitDy=0;entryX=0.324;entryY=-0.046;entryDx=0;entryDy=0;entryPerimeter=0;" target="hMbl2U-K0152mwasdNm7-51">
          <mxGeometry relative="1" as="geometry" />
        </mxCell>
        <mxCell id="hMbl2U-K0152mwasdNm7-42" edge="1" parent="1" source="hMbl2U-K0152mwasdNm7-47" style="edgeStyle=orthogonalEdgeStyle;rounded=0;orthogonalLoop=1;jettySize=auto;html=1;exitX=0.75;exitY=0;exitDx=0;exitDy=0;entryX=0.5;entryY=1;entryDx=0;entryDy=0;" target="hMbl2U-K0152mwasdNm7-60">
          <mxGeometry relative="1" as="geometry">
            <Array as="points">
              <mxPoint x="3500" y="250" />
              <mxPoint x="3730" y="250" />
            </Array>
          </mxGeometry>
        </mxCell>
        <mxCell id="hMbl2U-K0152mwasdNm7-43" edge="1" parent="1" source="hMbl2U-K0152mwasdNm7-47" style="edgeStyle=orthogonalEdgeStyle;rounded=0;orthogonalLoop=1;jettySize=auto;html=1;exitX=0.75;exitY=0;exitDx=0;exitDy=0;entryX=0;entryY=0.5;entryDx=0;entryDy=0;" target="hMbl2U-K0152mwasdNm7-23">
          <mxGeometry relative="1" as="geometry" />
        </mxCell>
        <mxCell id="hMbl2U-K0152mwasdNm7-44" edge="1" parent="1" source="hMbl2U-K0152mwasdNm7-47" style="edgeStyle=orthogonalEdgeStyle;rounded=0;orthogonalLoop=1;jettySize=auto;html=1;exitX=0.681;exitY=-0.007;exitDx=0;exitDy=0;entryX=0;entryY=0.5;entryDx=0;entryDy=0;exitPerimeter=0;" target="hMbl2U-K0152mwasdNm7-22">
          <mxGeometry relative="1" as="geometry" />
        </mxCell>
        <mxCell id="hMbl2U-K0152mwasdNm7-45" edge="1" parent="1" source="hMbl2U-K0152mwasdNm7-47" style="edgeStyle=orthogonalEdgeStyle;rounded=0;orthogonalLoop=1;jettySize=auto;html=1;exitX=1;exitY=0.25;exitDx=0;exitDy=0;entryX=0;entryY=0.5;entryDx=0;entryDy=0;" target="hMbl2U-K0152mwasdNm7-64">
          <mxGeometry relative="1" as="geometry">
            <Array as="points">
              <mxPoint x="3550" y="405" />
              <mxPoint x="3550" y="300" />
            </Array>
          </mxGeometry>
        </mxCell>
        <mxCell id="hMbl2U-K0152mwasdNm7-46" edge="1" parent="1" source="hMbl2U-K0152mwasdNm7-47" style="edgeStyle=orthogonalEdgeStyle;rounded=0;orthogonalLoop=1;jettySize=auto;html=1;exitX=0.636;exitY=0.013;exitDx=0;exitDy=0;entryX=0;entryY=0.5;entryDx=0;entryDy=0;exitPerimeter=0;" target="hMbl2U-K0152mwasdNm7-28">
          <mxGeometry relative="1" as="geometry">
            <Array as="points">
              <mxPoint x="3450" y="391" />
              <mxPoint x="3450" y="-260" />
            </Array>
          </mxGeometry>
        </mxCell>
        <mxCell id="hMbl2U-K0152mwasdNm7-47" parent="1" style="rounded=1;whiteSpace=wrap;html=1;" value="Product&lt;div&gt;(Can not change Combo info)&lt;/div&gt;" vertex="1">
          <mxGeometry height="100" width="210" x="3320" y="390" as="geometry" />
        </mxCell>
        <mxCell id="hMbl2U-K0152mwasdNm7-48" edge="1" parent="1" source="hMbl2U-K0152mwasdNm7-50" style="edgeStyle=orthogonalEdgeStyle;rounded=0;orthogonalLoop=1;jettySize=auto;html=1;exitX=1;exitY=0.5;exitDx=0;exitDy=0;entryX=0;entryY=0.5;entryDx=0;entryDy=0;" target="hMbl2U-K0152mwasdNm7-52">
          <mxGeometry relative="1" as="geometry" />
        </mxCell>
        <mxCell id="hMbl2U-K0152mwasdNm7-49" edge="1" parent="1" source="hMbl2U-K0152mwasdNm7-50" style="edgeStyle=orthogonalEdgeStyle;rounded=0;orthogonalLoop=1;jettySize=auto;html=1;exitX=0.5;exitY=1;exitDx=0;exitDy=0;entryX=0.5;entryY=0;entryDx=0;entryDy=0;" target="hMbl2U-K0152mwasdNm7-51">
          <mxGeometry relative="1" as="geometry" />
        </mxCell>
        <mxCell id="hMbl2U-K0152mwasdNm7-50" parent="1" style="rounded=1;whiteSpace=wrap;html=1;" value="ProductAttribute" vertex="1">
          <mxGeometry height="60" width="120" x="3680" y="410" as="geometry" />
        </mxCell>
        <mxCell id="hMbl2U-K0152mwasdNm7-51" parent="1" style="rounded=1;whiteSpace=wrap;html=1;" value="ProductAttributeMapping" vertex="1">
          <mxGeometry height="60" width="150" x="3665" y="535" as="geometry" />
        </mxCell>
        <mxCell id="hMbl2U-K0152mwasdNm7-52" parent="1" style="rounded=1;whiteSpace=wrap;html=1;" value="ProductAttributeValue" vertex="1">
          <mxGeometry height="60" width="140" x="3895" y="410" as="geometry" />
        </mxCell>
        <mxCell id="hMbl2U-K0152mwasdNm7-53" edge="1" parent="1" source="hMbl2U-K0152mwasdNm7-54" style="edgeStyle=orthogonalEdgeStyle;rounded=0;orthogonalLoop=1;jettySize=auto;html=1;exitX=-0.014;exitY=0.692;exitDx=0;exitDy=0;entryX=1;entryY=0.5;entryDx=0;entryDy=0;exitPerimeter=0;" target="hMbl2U-K0152mwasdNm7-68">
          <mxGeometry relative="1" as="geometry" />
        </mxCell>
        <mxCell id="hMbl2U-K0152mwasdNm7-54" parent="1" style="rounded=1;whiteSpace=wrap;html=1;" value="ProductBatch&lt;div&gt;=&amp;nbsp;&lt;/div&gt;&lt;div&gt;(ProductId + BatchId)&lt;/div&gt;" vertex="1">
          <mxGeometry height="100" width="120" x="2940" y="410" as="geometry" />
        </mxCell>
        <mxCell id="hMbl2U-K0152mwasdNm7-55" parent="1" style="rounded=1;whiteSpace=wrap;html=1;" value="ProductError" vertex="1">
          <mxGeometry height="60" width="120" x="3220" y="160" as="geometry" />
        </mxCell>
        <mxCell id="hMbl2U-K0152mwasdNm7-56" edge="1" parent="1" source="hMbl2U-K0152mwasdNm7-60" style="edgeStyle=orthogonalEdgeStyle;rounded=0;orthogonalLoop=1;jettySize=auto;html=1;exitX=1;exitY=0.75;exitDx=0;exitDy=0;entryX=0;entryY=0.75;entryDx=0;entryDy=0;" target="hMbl2U-K0152mwasdNm7-26">
          <mxGeometry relative="1" as="geometry" />
        </mxCell>
        <mxCell id="hMbl2U-K0152mwasdNm7-57" edge="1" parent="1" source="hMbl2U-K0152mwasdNm7-60" style="edgeStyle=orthogonalEdgeStyle;rounded=0;orthogonalLoop=1;jettySize=auto;html=1;exitX=1;exitY=0.5;exitDx=0;exitDy=0;entryX=0;entryY=0.5;entryDx=0;entryDy=0;" target="hMbl2U-K0152mwasdNm7-25">
          <mxGeometry relative="1" as="geometry">
            <Array as="points">
              <mxPoint x="3880" y="190" />
              <mxPoint x="3880" y="110" />
            </Array>
          </mxGeometry>
        </mxCell>
        <mxCell id="hMbl2U-K0152mwasdNm7-58" edge="1" parent="1" source="hMbl2U-K0152mwasdNm7-60" style="edgeStyle=orthogonalEdgeStyle;rounded=0;orthogonalLoop=1;jettySize=auto;html=1;exitX=1;exitY=0.25;exitDx=0;exitDy=0;entryX=0;entryY=0.5;entryDx=0;entryDy=0;" target="hMbl2U-K0152mwasdNm7-24">
          <mxGeometry relative="1" as="geometry">
            <Array as="points">
              <mxPoint x="3860" y="175" />
              <mxPoint x="3860" y="20" />
            </Array>
          </mxGeometry>
        </mxCell>
        <mxCell id="hMbl2U-K0152mwasdNm7-59" edge="1" parent="1" source="hMbl2U-K0152mwasdNm7-60" style="edgeStyle=orthogonalEdgeStyle;rounded=0;orthogonalLoop=1;jettySize=auto;html=1;exitX=0.75;exitY=1;exitDx=0;exitDy=0;entryX=0;entryY=0.25;entryDx=0;entryDy=0;" target="hMbl2U-K0152mwasdNm7-64">
          <mxGeometry relative="1" as="geometry" />
        </mxCell>
        <mxCell id="hMbl2U-K0152mwasdNm7-60" parent="1" style="rounded=1;whiteSpace=wrap;html=1;" value="ProductPrice" vertex="1">
          <mxGeometry height="60" width="120" x="3670" y="160" as="geometry" />
        </mxCell>
        <mxCell id="hMbl2U-K0152mwasdNm7-61" edge="1" parent="1" source="hMbl2U-K0152mwasdNm7-63" style="edgeStyle=orthogonalEdgeStyle;rounded=0;orthogonalLoop=1;jettySize=auto;html=1;exitX=0.5;exitY=1;exitDx=0;exitDy=0;entryX=0.5;entryY=0;entryDx=0;entryDy=0;" target="hMbl2U-K0152mwasdNm7-39">
          <mxGeometry relative="1" as="geometry" />
        </mxCell>
        <mxCell id="hMbl2U-K0152mwasdNm7-62" edge="1" parent="1" source="hMbl2U-K0152mwasdNm7-63" style="edgeStyle=orthogonalEdgeStyle;rounded=0;orthogonalLoop=1;jettySize=auto;html=1;exitX=0.75;exitY=1;exitDx=0;exitDy=0;entryX=0;entryY=0.5;entryDx=0;entryDy=0;" target="hMbl2U-K0152mwasdNm7-55">
          <mxGeometry relative="1" as="geometry" />
        </mxCell>
        <mxCell id="hMbl2U-K0152mwasdNm7-63" parent="1" style="rounded=1;whiteSpace=wrap;html=1;" value="ProductWarranty" vertex="1">
          <mxGeometry height="60" width="120" x="2940" y="80" as="geometry" />
        </mxCell>
        <mxCell id="hMbl2U-K0152mwasdNm7-64" parent="1" style="rounded=1;whiteSpace=wrap;html=1;" value="Unit" vertex="1">
          <mxGeometry height="60" width="120" x="3895" y="270" as="geometry" />
        </mxCell>
        <mxCell id="hMbl2U-K0152mwasdNm7-65" edge="1" parent="1" source="hMbl2U-K0152mwasdNm7-67" style="edgeStyle=orthogonalEdgeStyle;rounded=0;orthogonalLoop=1;jettySize=auto;html=1;exitX=1;exitY=0.5;exitDx=0;exitDy=0;">
          <mxGeometry relative="1" as="geometry">
            <Array as="points">
              <mxPoint x="3436" y="-150" />
            </Array>
            <mxPoint x="3436" y="390" as="targetPoint" />
          </mxGeometry>
        </mxCell>
        <mxCell id="hMbl2U-K0152mwasdNm7-66" edge="1" parent="1" source="hMbl2U-K0152mwasdNm7-67" style="edgeStyle=orthogonalEdgeStyle;rounded=0;orthogonalLoop=1;jettySize=auto;html=1;exitX=1;exitY=0.25;exitDx=0;exitDy=0;innerLoopWaypoints=1;entryX=0.5;entryY=0;entryDx=0;entryDy=0;" target="hMbl2U-K0152mwasdNm7-67">
          <mxGeometry relative="1" as="geometry">
            <Array as="points">
              <mxPoint x="3360" y="-165" />
              <mxPoint x="3360" y="-200" />
              <mxPoint x="3280" y="-200" />
            </Array>
            <mxPoint x="3300" y="-190" as="targetPoint" />
          </mxGeometry>
        </mxCell>
        <mxCell id="hMbl2U-K0152mwasdNm7-67" parent="1" style="rounded=1;whiteSpace=wrap;html=1;" value="Voucher" vertex="1">
          <mxGeometry height="60" width="120" x="3220" y="-180" as="geometry" />
        </mxCell>
        <mxCell id="hMbl2U-K0152mwasdNm7-68" parent="1" style="rounded=1;whiteSpace=wrap;html=1;" value="Warehouse" vertex="1">
          <mxGeometry height="60" width="120" x="2690" y="450" as="geometry" />
        </mxCell>
        <mxCell id="hMbl2U-K0152mwasdNm7-69" edge="1" parent="1" source="hMbl2U-K0152mwasdNm7-70" style="edgeStyle=orthogonalEdgeStyle;rounded=0;orthogonalLoop=1;jettySize=auto;html=1;exitX=0;exitY=0.5;exitDx=0;exitDy=0;entryX=0.5;entryY=1;entryDx=0;entryDy=0;" target="hMbl2U-K0152mwasdNm7-68">
          <mxGeometry relative="1" as="geometry" />
        </mxCell>
        <mxCell id="hMbl2U-K0152mwasdNm7-70" parent="1" style="rounded=1;whiteSpace=wrap;html=1;" value="WarehouseAccountMapping&lt;div&gt;(quyền kho)&lt;/div&gt;" vertex="1">
          <mxGeometry height="60" width="170" x="2915" y="740" as="geometry" />
        </mxCell>
        <mxCell id="hMbl2U-K0152mwasdNm7-71" edge="1" parent="1" source="hMbl2U-K0152mwasdNm7-73" style="edgeStyle=orthogonalEdgeStyle;rounded=0;orthogonalLoop=1;jettySize=auto;html=1;exitX=0;exitY=0.5;exitDx=0;exitDy=0;entryX=1;entryY=0.75;entryDx=0;entryDy=0;" target="hMbl2U-K0152mwasdNm7-68">
          <mxGeometry relative="1" as="geometry" />
        </mxCell>
        <mxCell id="hMbl2U-K0152mwasdNm7-72" edge="1" parent="1" source="hMbl2U-K0152mwasdNm7-73" style="edgeStyle=orthogonalEdgeStyle;rounded=0;orthogonalLoop=1;jettySize=auto;html=1;exitX=1;exitY=0.5;exitDx=0;exitDy=0;entryX=0;entryY=0.5;entryDx=0;entryDy=0;" target="hMbl2U-K0152mwasdNm7-47">
          <mxGeometry relative="1" as="geometry">
            <Array as="points">
              <mxPoint x="3190" y="640" />
              <mxPoint x="3190" y="440" />
            </Array>
          </mxGeometry>
        </mxCell>
        <mxCell id="hMbl2U-K0152mwasdNm7-73" parent="1" style="rounded=1;whiteSpace=wrap;html=1;" value="WarehouseProductMapping" vertex="1">
          <mxGeometry height="60" width="200" x="2900" y="610" as="geometry" />
        </mxCell>
        <mxCell id="hMbl2U-K0152mwasdNm7-74" edge="1" parent="1" source="hMbl2U-K0152mwasdNm7-52" style="edgeStyle=orthogonalEdgeStyle;rounded=0;orthogonalLoop=1;jettySize=auto;html=1;exitX=0.5;exitY=1;exitDx=0;exitDy=0;entryX=0.669;entryY=-0.007;entryDx=0;entryDy=0;entryPerimeter=0;" target="hMbl2U-K0152mwasdNm7-51">
          <mxGeometry relative="1" as="geometry" />
        </mxCell>
        <mxCell id="hMbl2U-K0152mwasdNm7-75" edge="1" parent="1" source="hMbl2U-K0152mwasdNm7-23" style="edgeStyle=orthogonalEdgeStyle;rounded=0;orthogonalLoop=1;jettySize=auto;html=1;exitX=1;exitY=0.5;exitDx=0;exitDy=0;entryX=0.5;entryY=0;entryDx=0;entryDy=0;innerLoopWaypoints=1;" target="hMbl2U-K0152mwasdNm7-23">
          <mxGeometry relative="1" as="geometry">
            <Array as="points">
              <mxPoint x="4030" y="-70" />
              <mxPoint x="4030" y="-120" />
              <mxPoint x="3950" y="-120" />
            </Array>
          </mxGeometry>
        </mxCell>
        <mxCell id="hMbl2U-K0152mwasdNm7-76" edge="1" parent="1" source="hMbl2U-K0152mwasdNm7-73" style="shape=flexArrow;endArrow=classic;startArrow=classic;html=1;rounded=0;entryX=0.5;entryY=1;entryDx=0;entryDy=0;exitX=0.5;exitY=0;exitDx=0;exitDy=0;" target="hMbl2U-K0152mwasdNm7-54" value="">
          <mxGeometry height="100" relative="1" width="100" as="geometry">
            <mxPoint x="2920" y="610" as="sourcePoint" />
            <mxPoint x="3020" y="510" as="targetPoint" />
          </mxGeometry>
        </mxCell>
        <mxCell id="hMbl2U-K0152mwasdNm7-77" edge="1" parent="1" source="hMbl2U-K0152mwasdNm7-78" style="edgeStyle=orthogonalEdgeStyle;rounded=0;orthogonalLoop=1;jettySize=auto;html=1;exitX=1;exitY=0.5;exitDx=0;exitDy=0;entryX=0.5;entryY=1;entryDx=0;entryDy=0;" target="hMbl2U-K0152mwasdNm7-54">
          <mxGeometry relative="1" as="geometry" />
        </mxCell>
        <mxCell id="hMbl2U-K0152mwasdNm7-78" parent="1" style="text;html=1;whiteSpace=wrap;strokeColor=none;fillColor=none;align=center;verticalAlign=middle;rounded=0;" value="Tương tác số lượng" vertex="1">
          <mxGeometry height="30" width="60" x="2910" y="550" as="geometry" />
        </mxCell>
        <mxCell id="hMbl2U-K0152mwasdNm7-79" edge="1" parent="1" source="hMbl2U-K0152mwasdNm7-63" style="edgeStyle=orthogonalEdgeStyle;rounded=0;orthogonalLoop=1;jettySize=auto;html=1;exitX=1;exitY=0.5;exitDx=0;exitDy=0;entryX=0.362;entryY=-0.026;entryDx=0;entryDy=0;entryPerimeter=0;" target="hMbl2U-K0152mwasdNm7-47">
          <mxGeometry relative="1" as="geometry" />
        </mxCell>
        <mxCell id="hMbl2U-K0152mwasdNm7-80" edge="1" parent="1" source="hMbl2U-K0152mwasdNm7-34" style="edgeStyle=orthogonalEdgeStyle;rounded=0;orthogonalLoop=1;jettySize=auto;html=1;exitX=0.5;exitY=0;exitDx=0;exitDy=0;entryX=0.429;entryY=0;entryDx=0;entryDy=0;entryPerimeter=0;" target="hMbl2U-K0152mwasdNm7-47">
          <mxGeometry relative="1" as="geometry" />
        </mxCell>
        <mxCell id="hMbl2U-K0152mwasdNm7-81" edge="1" parent="1" source="hMbl2U-K0152mwasdNm7-55" style="edgeStyle=orthogonalEdgeStyle;rounded=0;orthogonalLoop=1;jettySize=auto;html=1;exitX=1;exitY=0.5;exitDx=0;exitDy=0;entryX=0.3;entryY=-0.026;entryDx=0;entryDy=0;entryPerimeter=0;" target="hMbl2U-K0152mwasdNm7-47">
          <mxGeometry relative="1" as="geometry" />
        </mxCell>
        <mxCell id="hMbl2U-K0152mwasdNm7-82" parent="1" style="rounded=1;whiteSpace=wrap;html=1;fillColor=#dae8fc;strokeColor=#6c8ebf;fontStyle=1;" value="PurchasePlan&#xa;(Kế hoạch mua tổng)" vertex="1">
          <mxGeometry height="60" width="140" x="2380" y="-140" as="geometry" />
        </mxCell>
        <mxCell id="hMbl2U-K0152mwasdNm7-83" parent="1" style="rounded=1;whiteSpace=wrap;html=1;" value="PurchasePlanDetail&#xa;(Chi tiết mặt hàng dự kiến)" vertex="1">
          <mxGeometry height="60" width="160" x="2580" y="-140" as="geometry" />
        </mxCell>
        <mxCell id="hMbl2U-K0152mwasdNm7-84" edge="1" parent="1" source="hMbl2U-K0152mwasdNm7-82" style="edgeStyle=orthogonalEdgeStyle;rounded=0;html=1;fontStyle=1;" target="hMbl2U-K0152mwasdNm7-83" value="1 - n">
          <mxGeometry relative="1" as="geometry" />
        </mxCell>
        <mxCell id="hMbl2U-K0152mwasdNm7-85" parent="1" style="rounded=1;whiteSpace=wrap;html=1;fillColor=#d5e8d4;strokeColor=#82b366;fontStyle=1;" value="PurchaseOrder&#xa;(Đơn đặt mua hàng)" vertex="1">
          <mxGeometry height="60" width="140" x="2380" y="-10" as="geometry" />
        </mxCell>
        <mxCell id="hMbl2U-K0152mwasdNm7-86" parent="1" style="rounded=1;whiteSpace=wrap;html=1;" value="PurchaseOrderDetail&#xa;(Chi tiết số lượng đặt)" vertex="1">
          <mxGeometry height="60" width="160" x="2580" y="-10" as="geometry" />
        </mxCell>
        <mxCell id="hMbl2U-K0152mwasdNm7-87" edge="1" parent="1" source="hMbl2U-K0152mwasdNm7-85" style="edgeStyle=orthogonalEdgeStyle;rounded=0;html=1;" target="hMbl2U-K0152mwasdNm7-86" value="1 - n">
          <mxGeometry relative="1" as="geometry" />
        </mxCell>
        <mxCell id="hMbl2U-K0152mwasdNm7-88" edge="1" parent="1" source="hMbl2U-K0152mwasdNm7-83" style="edgeStyle=orthogonalEdgeStyle;rounded=0;html=1;strokeWidth=2;strokeColor=#ff0000;" target="hMbl2U-K0152mwasdNm7-86" value="Chuyển thành đơn mua">
          <mxGeometry relative="1" as="geometry">
            <mxPoint x="2660" y="-50" as="targetPoint" />
          </mxGeometry>
        </mxCell>
        <mxCell id="hMbl2U-K0152mwasdNm7-89" parent="1" style="rounded=1;whiteSpace=wrap;html=1;fillColor=#ffe6cc;strokeColor=#d79b00;fontStyle=1;" value="GoodsReceipt&#xa;(Phiếu nhập kho thực tế)" vertex="1">
          <mxGeometry height="60" width="150" x="2380" y="130" as="geometry" />
        </mxCell>
        <mxCell id="hMbl2U-K0152mwasdNm7-90" parent="1" style="rounded=1;whiteSpace=wrap;html=1;" value="GoodsReceiptDetail&#xa;(Chi tiết hàng thực nhập)" vertex="1">
          <mxGeometry height="60" width="160" x="2580" y="130" as="geometry" />
        </mxCell>
        <mxCell id="hMbl2U-K0152mwasdNm7-91" edge="1" parent="1" source="hMbl2U-K0152mwasdNm7-89" style="edgeStyle=orthogonalEdgeStyle;rounded=0;html=1;" target="hMbl2U-K0152mwasdNm7-90" value="1 - n">
          <mxGeometry relative="1" as="geometry" />
        </mxCell>
        <mxCell id="hMbl2U-K0152mwasdNm7-92" edge="1" parent="1" source="hMbl2U-K0152mwasdNm7-86" style="edgeStyle=orthogonalEdgeStyle;rounded=0;html=1;strokeWidth=2;strokeColor=#ff0000;" target="hMbl2U-K0152mwasdNm7-90" value="Nhập kho theo đợt">
          <mxGeometry relative="1" as="geometry" />
        </mxCell>
        <mxCell id="hMbl2U-K0152mwasdNm7-93" edge="1" parent="1" source="hMbl2U-K0152mwasdNm7-90" style="edgeStyle=orthogonalEdgeStyle;rounded=0;html=1;strokeWidth=2;strokeColor=#0000ff;entryX=0;entryY=0.5;entryDx=0;entryDy=0;exitX=1;exitY=0.5;exitDx=0;exitDy=0;" target="hMbl2U-K0152mwasdNm7-68" value="Chỉ định kho nhập (n - 1)">
          <mxGeometry relative="1" x="0.5745" as="geometry">
            <mxPoint as="offset" />
            <Array as="points">
              <mxPoint x="2800" y="160" />
              <mxPoint x="2800" y="300" />
              <mxPoint x="2650" y="300" />
              <mxPoint x="2650" y="480" />
            </Array>
          </mxGeometry>
        </mxCell>
        <mxCell id="hMbl2U-K0152mwasdNm7-94" edge="1" parent="1" source="hMbl2U-K0152mwasdNm7-90" style="edgeStyle=orthogonalEdgeStyle;rounded=0;html=1;strokeWidth=1;strokeColor=#6c8ebf;fillColor=#dae8fc;" value="Sinh lô hàng">
          <mxGeometry relative="1" x="0.1915" as="geometry">
            <mxPoint as="offset" />
            <Array as="points">
              <mxPoint x="2800" y="160" />
              <mxPoint x="2800" y="430" />
            </Array>
            <mxPoint x="2940" y="430" as="targetPoint" />
          </mxGeometry>
        </mxCell>
        <mxCell id="hMbl2U-K0152mwasdNm7-95" edge="1" parent="1" source="hMbl2U-K0152mwasdNm7-32" style="edgeStyle=orthogonalEdgeStyle;rounded=0;orthogonalLoop=1;jettySize=auto;html=1;innerLoopWaypoints=1;exitX=0.75;exitY=1;exitDx=0;exitDy=0;entryX=1;entryY=0.75;entryDx=0;entryDy=0;" target="hMbl2U-K0152mwasdNm7-32">
          <mxGeometry relative="1" as="geometry">
            <Array as="points">
              <mxPoint x="3030" y="-40" />
              <mxPoint x="3110" y="-40" />
              <mxPoint x="3110" y="-75" />
            </Array>
          </mxGeometry>
        </mxCell>
        <mxCell id="hMbl2U-K0152mwasdNm7-96" edge="1" parent="1" source="hMbl2U-K0152mwasdNm7-54" style="edgeStyle=orthogonalEdgeStyle;rounded=0;orthogonalLoop=1;jettySize=auto;html=1;exitX=1;exitY=0.75;exitDx=0;exitDy=0;entryX=-0.009;entryY=0.359;entryDx=0;entryDy=0;entryPerimeter=0;" target="hMbl2U-K0152mwasdNm7-47">
          <mxGeometry relative="1" as="geometry">
            <Array as="points">
              <mxPoint x="3160" y="485" />
              <mxPoint x="3160" y="426" />
            </Array>
          </mxGeometry>
        </mxCell>
        <mxCell id="hMbl2U-K0152mwasdNm7-97" edge="1" parent="1" source="hMbl2U-K0152mwasdNm7-47" style="edgeStyle=orthogonalEdgeStyle;rounded=0;orthogonalLoop=1;jettySize=auto;html=1;innerLoopWaypoints=1;exitX=0;exitY=0.75;exitDx=0;exitDy=0;entryX=0.25;entryY=1;entryDx=0;entryDy=0;" target="hMbl2U-K0152mwasdNm7-47">
          <mxGeometry relative="1" as="geometry">
            <Array as="points">
              <mxPoint x="3290" y="465" />
              <mxPoint x="3290" y="510" />
              <mxPoint x="3373" y="510" />
            </Array>
          </mxGeometry>
        </mxCell>
        <mxCell id="hMbl2U-K0152mwasdNm7-98" parent="1" style="rounded=1;whiteSpace=wrap;html=1;" value="&lt;span style=&quot;text-align: left;&quot;&gt;Account&lt;/span&gt;" vertex="1">
-           <mxGeometry height="60" width="120" x="4460" y="960" as="geometry" />
+           <mxGeometry height="60" width="120" x="4370" y="740" as="geometry" />
        </mxCell>
        <mxCell id="hMbl2U-K0152mwasdNm7-99" parent="1" style="rounded=1;whiteSpace=wrap;html=1;" value="&lt;div style=&quot;text-align: left;&quot;&gt;&lt;span style=&quot;background-color: transparent;&quot;&gt;AccountAddress&lt;/span&gt;&lt;/div&gt;" vertex="1">
-           <mxGeometry height="60" width="120" x="4730" y="1140" as="geometry" />
+           <mxGeometry height="60" width="120" x="4600" y="940" as="geometry" />
        </mxCell>
        <mxCell id="hMbl2U-K0152mwasdNm7-100" edge="1" parent="1" source="hMbl2U-K0152mwasdNm7-101" style="edgeStyle=orthogonalEdgeStyle;rounded=0;orthogonalLoop=1;jettySize=auto;html=1;entryX=0.5;entryY=0;entryDx=0;entryDy=0;exitX=0.5;exitY=1;exitDx=0;exitDy=0;" target="hMbl2U-K0152mwasdNm7-102">
          <mxGeometry relative="1" as="geometry">
            <Array as="points">
-               <mxPoint x="4520" y="1240" />
-               <mxPoint x="4520" y="1240" />
+               <mxPoint x="4430" y="1230" />
+               <mxPoint x="4430" y="1230" />
            </Array>
          </mxGeometry>
        </mxCell>
        <mxCell id="hMbl2U-K0152mwasdNm7-101" parent="1" style="rounded=1;whiteSpace=wrap;html=1;" value="&lt;div style=&quot;text-align: left;&quot;&gt;AccountContract&lt;/div&gt;" vertex="1">
-           <mxGeometry height="60" width="120" x="4460" y="1140" as="geometry" />
+           <mxGeometry height="60" width="120" x="4370" y="1040" as="geometry" />
        </mxCell>
        <mxCell id="hMbl2U-K0152mwasdNm7-102" parent="1" style="rounded=1;whiteSpace=wrap;html=1;" value="&lt;div style=&quot;text-align: left;&quot;&gt;AccountContractParty&lt;/div&gt;" vertex="1">
-           <mxGeometry height="60" width="160" x="4440" y="1270" as="geometry" />
+           <mxGeometry height="60" width="160" x="4350" y="1280" as="geometry" />
        </mxCell>
        <mxCell id="hMbl2U-K0152mwasdNm7-103" parent="1" style="rounded=1;whiteSpace=wrap;html=1;" value="&lt;div style=&quot;text-align: left;&quot;&gt;AccountDepartment&lt;/div&gt;" vertex="1">
-           <mxGeometry height="60" width="140" x="5050" y="1060" as="geometry" />
+           <mxGeometry height="60" width="140" x="5030" y="880" as="geometry" />
        </mxCell>
        <mxCell id="hMbl2U-K0152mwasdNm7-104" parent="1" style="rounded=1;whiteSpace=wrap;html=1;" value="&lt;div style=&quot;text-align: left;&quot;&gt;AccountDepartmentMapping&lt;/div&gt;" vertex="1">
-           <mxGeometry height="60" width="200" x="5040" y="1140" as="geometry" />
+           <mxGeometry height="60" width="200" x="5010" y="990" as="geometry" />
        </mxCell>
        <mxCell id="hMbl2U-K0152mwasdNm7-105" parent="1" style="rounded=1;whiteSpace=wrap;html=1;" value="&lt;div style=&quot;text-align: left;&quot;&gt;AccountGroup&lt;/div&gt;" vertex="1">
-           <mxGeometry height="60" width="140" x="4950" y="960" as="geometry" />
+           <mxGeometry height="60" width="140" x="4880" y="740" as="geometry" />
        </mxCell>
        <mxCell id="hMbl2U-K0152mwasdNm7-106" parent="1" style="rounded=1;whiteSpace=wrap;html=1;" value="&lt;div style=&quot;text-align: left;&quot;&gt;AccountGroupMenu&lt;/div&gt;" vertex="1">
          <mxGeometry height="60" width="140" x="4370" y="1470" as="geometry" />
        </mxCell>
        <mxCell id="hMbl2U-K0152mwasdNm7-107" parent="1" style="rounded=1;whiteSpace=wrap;html=1;" value="&lt;div style=&quot;text-align: left;&quot;&gt;AccountInfo&lt;/div&gt;" vertex="1">
-           <mxGeometry height="60" width="140" x="4450" y="660" as="geometry" />
+           <mxGeometry height="60" width="140" x="4660" y="570" as="geometry" />
        </mxCell>
        <mxCell id="hMbl2U-K0152mwasdNm7-108" parent="1" style="rounded=1;whiteSpace=wrap;html=1;" value="&lt;div style=&quot;text-align: left;&quot;&gt;AccountMapping&lt;/div&gt;" vertex="1">
          <mxGeometry height="60" width="140" x="4780" y="1460" as="geometry" />
        </mxCell>
        <mxCell id="hMbl2U-K0152mwasdNm7-109" parent="1" style="rounded=1;whiteSpace=wrap;html=1;" value="&lt;div style=&quot;text-align: left;&quot;&gt;AccountPermissionController&lt;/div&gt;" vertex="1">
          <mxGeometry height="60" width="140" x="4970" y="1460" as="geometry" />
        </mxCell>
        <mxCell id="hMbl2U-K0152mwasdNm7-110" parent="1" style="rounded=1;whiteSpace=wrap;html=1;" value="&lt;div style=&quot;text-align: left;&quot;&gt;AccountPositionDepartment&lt;/div&gt;" vertex="1">
          <mxGeometry height="60" width="140" x="5180" y="1470" as="geometry" />
        </mxCell>
        <mxCell id="hMbl2U-K0152mwasdNm7-111" parent="1" style="rounded=1;whiteSpace=wrap;html=1;" value="&lt;div style=&quot;text-align: left;&quot;&gt;AccountGroupPermissionController&lt;/div&gt;" vertex="1">
          <mxGeometry height="60" width="140" x="4380" y="1550" as="geometry" />
        </mxCell>
        <mxCell id="hMbl2U-K0152mwasdNm7-112" parent="1" style="rounded=1;whiteSpace=wrap;html=1;" value="&lt;div style=&quot;text-align: left;&quot;&gt;AccountLogin&lt;/div&gt;" vertex="1">
-           <mxGeometry height="60" width="140" x="4680" y="790" as="geometry" />
+           <mxGeometry height="60" width="140" x="4160" y="890" as="geometry" />
        </mxCell>
        <mxCell id="hMbl2U-K0152mwasdNm7-113" parent="1" style="rounded=1;whiteSpace=wrap;html=1;" value="&lt;div style=&quot;text-align: left;&quot;&gt;AccountMenu&lt;/div&gt;" vertex="1">
          <mxGeometry height="60" width="140" x="4800" y="1550" as="geometry" />
        </mxCell>
        <mxCell id="hMbl2U-K0152mwasdNm7-114" parent="1" style="rounded=1;whiteSpace=wrap;html=1;" value="&lt;div style=&quot;text-align: left;&quot;&gt;AccountPermissionException&lt;/div&gt;" vertex="1">
          <mxGeometry height="60" width="140" x="4990" y="1550" as="geometry" />
        </mxCell>
        <mxCell id="hMbl2U-K0152mwasdNm7-115" parent="1" style="rounded=1;whiteSpace=wrap;html=1;" value="&lt;div style=&quot;text-align: left;&quot;&gt;AccountType&lt;/div&gt;" vertex="1">
          <mxGeometry height="60" width="140" x="5180" y="1560" as="geometry" />
        </mxCell>
-         <mxCell id="hMbl2U-K0152mwasdNm7-116" edge="1" parent="1" source="hMbl2U-K0152mwasdNm7-98" style="edgeStyle=orthogonalEdgeStyle;rounded=0;html=1;" target="hMbl2U-K0152mwasdNm7-99">
-           <mxGeometry relative="1" as="geometry" />
+         <mxCell id="hMbl2U-K0152mwasdNm7-116" edge="1" parent="1" source="hMbl2U-K0152mwasdNm7-98" style="edgeStyle=orthogonalEdgeStyle;rounded=0;html=1;exitX=1;exitY=0.5;exitDx=0;exitDy=0;" target="hMbl2U-K0152mwasdNm7-99">
+           <mxGeometry relative="1" as="geometry">
+             <Array as="points">
+               <mxPoint x="4490" y="790" />
+               <mxPoint x="4660" y="790" />
+             </Array>
+           </mxGeometry>
        </mxCell>
        <mxCell id="hMbl2U-K0152mwasdNm7-117" edge="1" parent="1" source="hMbl2U-K0152mwasdNm7-98" style="edgeStyle=orthogonalEdgeStyle;rounded=0;html=1;" target="hMbl2U-K0152mwasdNm7-107">
          <mxGeometry relative="1" as="geometry">
            <Array as="points">
              <mxPoint x="4520" y="710" />
            </Array>
          </mxGeometry>
        </mxCell>
        <mxCell id="hMbl2U-K0152mwasdNm7-118" edge="1" parent="1" source="hMbl2U-K0152mwasdNm7-98" style="edgeStyle=orthogonalEdgeStyle;rounded=0;html=1;" target="hMbl2U-K0152mwasdNm7-112">
          <mxGeometry relative="1" as="geometry">
            <Array as="points">
-               <mxPoint x="4520" y="910" />
-               <mxPoint x="4750" y="910" />
+               <mxPoint x="4230" y="800" />
            </Array>
          </mxGeometry>
        </mxCell>
        <mxCell id="hMbl2U-K0152mwasdNm7-119" edge="1" parent="1" source="hMbl2U-K0152mwasdNm7-98" style="edgeStyle=orthogonalEdgeStyle;rounded=0;html=1;" target="hMbl2U-K0152mwasdNm7-101">
          <mxGeometry relative="1" as="geometry" />
        </mxCell>
        <mxCell id="hMbl2U-K0152mwasdNm7-120" edge="1" parent="1" source="hMbl2U-K0152mwasdNm7-98" style="edgeStyle=orthogonalEdgeStyle;rounded=0;html=1;strokeColor=#008080;strokeWidth=2;exitX=0;exitY=0.75;exitDx=0;exitDy=0;" target="hMbl2U-K0152mwasdNm7-70">
          <mxGeometry relative="1" as="geometry">
            <Array as="points">
-               <mxPoint x="3770" y="1005" />
-               <mxPoint x="3770" y="770" />
-             </Array>
-           </mxGeometry>
-         </mxCell>
-         <mxCell id="hMbl2U-K0152mwasdNm7-121" edge="1" parent="1" source="hMbl2U-K0152mwasdNm7-98" style="edgeStyle=orthogonalEdgeStyle;rounded=0;html=1;strokeColor=#4B0082;strokeWidth=2;" target="hMbl2U-K0152mwasdNm7-25">
-           <mxGeometry relative="1" as="geometry">
-             <Array as="points">
-               <mxPoint x="4520" y="920" />
-               <mxPoint x="4430" y="920" />
+               <mxPoint x="4370" y="770" />
+             </Array>
+           </mxGeometry>
+         </mxCell>
+         <mxCell id="hMbl2U-K0152mwasdNm7-121" edge="1" parent="1" source="hMbl2U-K0152mwasdNm7-98" style="edgeStyle=orthogonalEdgeStyle;rounded=0;html=1;strokeColor=#4B0082;strokeWidth=2;exitX=0.5;exitY=0;exitDx=0;exitDy=0;" target="hMbl2U-K0152mwasdNm7-25">
+           <mxGeometry relative="1" as="geometry">
+             <Array as="points">
              <mxPoint x="4430" y="110" />
            </Array>
          </mxGeometry>
        </mxCell>
        <mxCell id="hMbl2U-K0152mwasdNm7-122" edge="1" parent="1" source="hMbl2U-K0152mwasdNm7-25" style="edgeStyle=orthogonalEdgeStyle;rounded=0;html=1;" target="hMbl2U-K0152mwasdNm7-24">
          <mxGeometry relative="1" as="geometry" />
        </mxCell>
        <mxCell id="hMbl2U-K0152mwasdNm7-123" edge="1" parent="1" source="hMbl2U-K0152mwasdNm7-24" style="edgeStyle=orthogonalEdgeStyle;rounded=0;html=1;strokeColor=#FF4500;strokeWidth=2;" target="hMbl2U-K0152mwasdNm7-32">
          <mxGeometry relative="1" as="geometry">
            <Array as="points">
              <mxPoint x="3820" y="20" />
              <mxPoint x="3820" y="-110" />
            </Array>
          </mxGeometry>
        </mxCell>
        <mxCell id="hMbl2U-K0152mwasdNm7-124" edge="1" parent="1" source="hMbl2U-K0152mwasdNm7-98" style="edgeStyle=orthogonalEdgeStyle;rounded=0;html=1;" target="hMbl2U-K0152mwasdNm7-105">
          <mxGeometry relative="1" as="geometry">
            <Array as="points">
-               <mxPoint x="4910" y="990" />
-               <mxPoint x="4910" y="990" />
+               <mxPoint x="4920" y="770" />
+               <mxPoint x="4920" y="770" />
            </Array>
          </mxGeometry>
        </mxCell>
      </root>
    </mxGraphModel>
  </diagram>
</mxfile>
